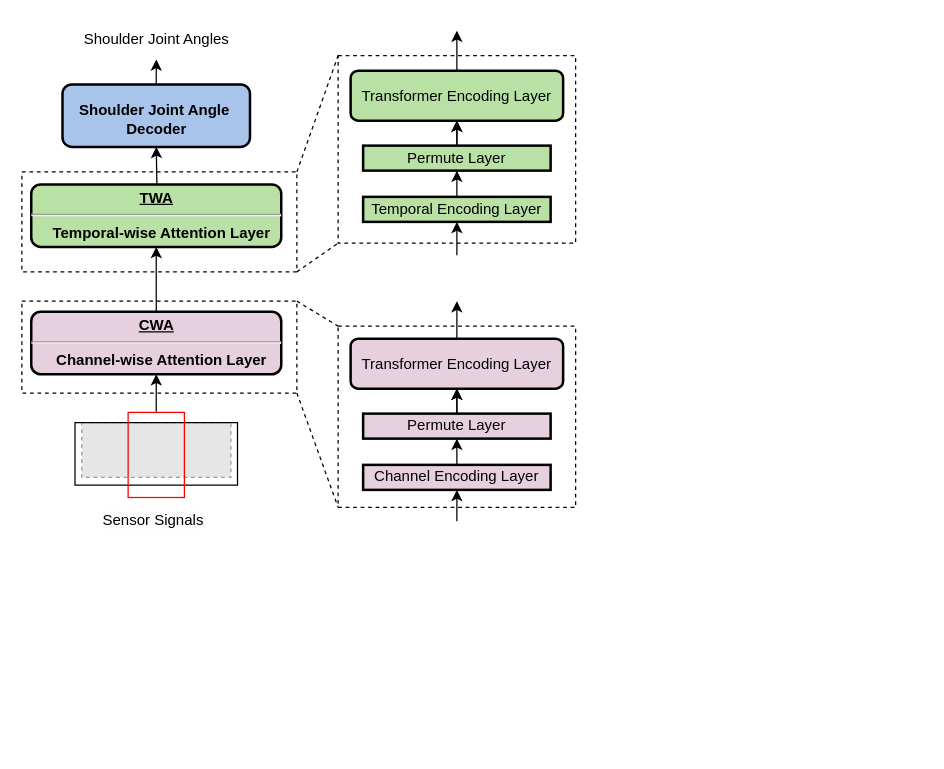
This is paper/ShoulderSensor.drawio from CSUHYD/ShoulderSensor, a draw.io file, before an edit. Source tidied: cells renumbered, new cells numbered last; positions are measured from the earlier drawing's top-left corner, leaving out a move shared by most shapes. Both pictures are drawn from the tidied source at 125%, with x=0, y=0 at pixel (21, 21). Pictures stored in the file or linked from it are replaced by grey dashed boxes.
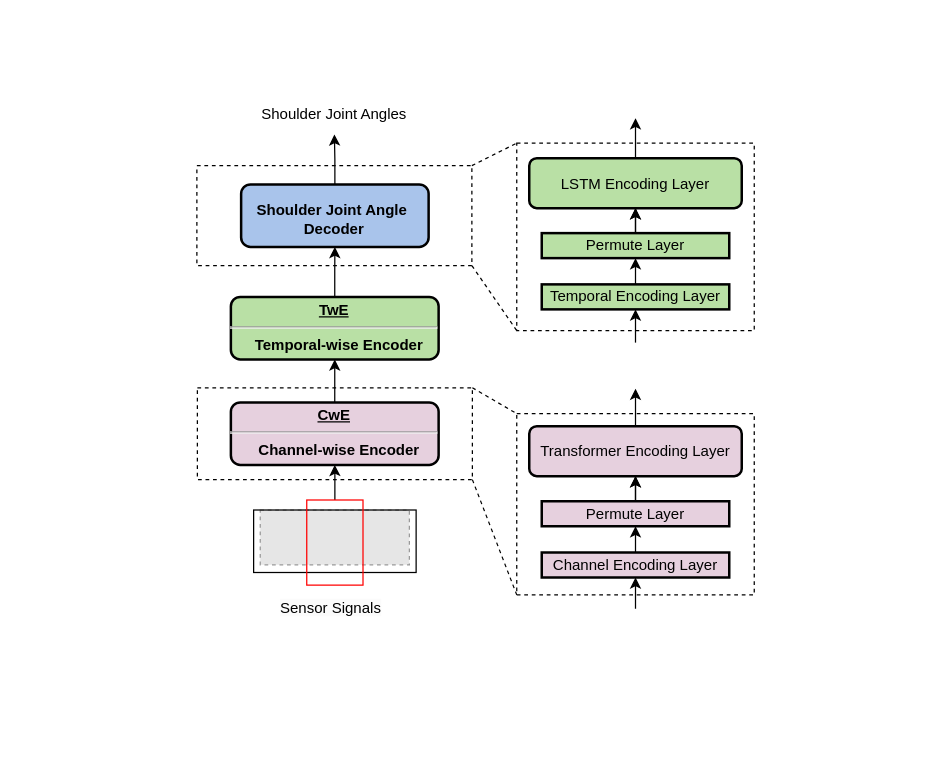
After the change.

The edit, as a diff of the source:
```diff
@@
-    <mxCell id="2" value="&lt;p style=&quot;margin: 0px; margin-top: 4px; text-align: center; text-decoration: underline;&quot;&gt;&lt;b&gt;CWA&lt;/b&gt;&lt;/p&gt;&lt;hr&gt;&lt;p style=&quot;margin: 0px; margin-left: 8px;&quot;&gt;&lt;b&gt;Channel-wise Attention Layer&lt;/b&gt;&lt;/p&gt;" style="verticalAlign=middle;align=center;overflow=fill;fontSize=12;fontFamily=Helvetica;html=1;rounded=1;fontStyle=0;strokeWidth=2;fillColor=#E6D0DE;" parent="1" vertex="1">
-      <mxGeometry x="7.5" y="231.9" width="200" height="50" as="geometry" />
-    </mxCell>
-    <mxCell id="3" style="edgeStyle=orthogonalEdgeStyle;rounded=0;jettySize=auto;html=1;exitX=0.5;exitY=0;exitDx=0;exitDy=0;" parent="1" edge="1" source="2" target="4">
-      <mxGeometry relative="1" as="geometry" />
-    </mxCell>
+    <mxCell id="41" style="edgeStyle=orthogonalEdgeStyle;rounded=0;jettySize=auto;html=1;entryX=0.5;entryY=1;entryDx=0;entryDy=0;" parent="1" edge="1" source="4" target="8">
+      <mxGeometry relative="1" as="geometry" />
+    </mxCell>
-    <mxCell id="4" value="&lt;p style=&quot;margin: 0px; margin-top: 4px; text-align: center; text-decoration: underline;&quot;&gt;TWA&lt;/p&gt;&lt;hr&gt;&lt;p style=&quot;margin: 0px; margin-left: 8px;&quot;&gt;Temporal-wise Attention Layer&lt;/p&gt;" style="verticalAlign=middle;align=center;overflow=fill;fontSize=12;fontFamily=Helvetica;html=1;rounded=1;fontStyle=1;strokeWidth=2;fillColor=#B9E0A5;" parent="1" vertex="1">
-      <mxGeometry x="7.5" y="130" width="200" height="50" as="geometry" />
+    <mxCell id="4" value="&lt;p style=&quot;margin: 0px; margin-top: 4px; text-align: center; text-decoration: underline;&quot;&gt;TwE&lt;/p&gt;&lt;hr&gt;&lt;p style=&quot;margin: 0px; margin-left: 8px;&quot;&gt;Temporal-wise Encoder&lt;/p&gt;" style="verticalAlign=middle;align=center;overflow=fill;fontSize=12;fontFamily=Helvetica;html=1;rounded=1;fontStyle=1;strokeWidth=2;fillColor=#B9E0A5;" parent="1" vertex="1">
+      <mxGeometry x="167.2" y="220" width="166.2" height="50" as="geometry" />
     </mxCell>
-    <mxCell id="5" style="edgeStyle=orthogonalEdgeStyle;rounded=0;orthogonalLoop=1;jettySize=auto;html=1;entryX=0.5;entryY=1;entryDx=0;entryDy=0;" parent="1" edge="1">
-      <mxGeometry relative="1" as="geometry">
-        <mxPoint x="108" y="130" as="sourcePoint" />
-        <mxPoint x="107.5" y="100" as="targetPoint" />
-      </mxGeometry>
-    </mxCell>
-    <mxCell id="6" style="edgeStyle=orthogonalEdgeStyle;rounded=0;jettySize=auto;html=1;exitX=0.5;exitY=0;exitDx=0;exitDy=0;entryX=0.5;entryY=1;entryDx=0;entryDy=0;" parent="1" edge="1" target="2">
-      <mxGeometry relative="1" as="geometry">
-        <mxPoint x="107.5" y="311.9" as="sourcePoint" />
-      </mxGeometry>
-    </mxCell>
-    <mxCell id="7" style="edgeStyle=orthogonalEdgeStyle;rounded=0;jettySize=auto;html=1;fontFamily=Helvetica;fontSize=12;fontColor=default;" parent="1" edge="1" source="8">
-      <mxGeometry relative="1" as="geometry">
-        <mxPoint x="107.5" y="30" as="targetPoint" />
-      </mxGeometry>
-    </mxCell>
+    <mxCell id="42" style="edgeStyle=orthogonalEdgeStyle;rounded=0;jettySize=auto;html=1;" parent="1" edge="1" source="8" target="40">
+      <mxGeometry relative="1" as="geometry" />
+    </mxCell>
     <mxCell id="8" value="&lt;br&gt;Shoulder Joint Angle&amp;nbsp;&lt;br&gt;Decoder" style="verticalAlign=middle;align=center;overflow=fill;fontSize=12;fontFamily=Helvetica;html=1;rounded=1;fontStyle=1;strokeWidth=2;fillColor=#A9C4EB;shadow=0;" parent="1" vertex="1">
-      <mxGeometry x="32.5" y="50" width="150" height="50" as="geometry" />
+      <mxGeometry x="175.4" y="130" width="150" height="50" as="geometry" />
     </mxCell>
+    <mxCell id="43" style="edgeStyle=orthogonalEdgeStyle;rounded=0;jettySize=auto;html=1;entryX=0.5;entryY=1;entryDx=0;entryDy=0;exitX=0.5;exitY=0;exitDx=0;exitDy=0;" parent="1" edge="1" source="45" target="4">
+      <mxGeometry relative="1" as="geometry" />
+    </mxCell>
     <mxCell id="9" style="rounded=0;whiteSpace=wrap;html=1;shadow=0;labelBackgroundColor=#5EA9E1;fontFamily=Helvetica;fillColor=none;dashed=1;fontStyle=1;" parent="1" vertex="1">
-      <mxGeometry y="223.4" width="220" height="73.5" as="geometry" />
+      <mxGeometry x="140.4" y="292.7" width="220" height="73.5" as="geometry" />
     </mxCell>
@@
     <mxCell id="11" style="fillColor=#E6E6E6;strokeColor=#999999;dashed=1;verticalLabelPosition=bottom;labelBackgroundColor=default;verticalAlign=top;" parent="1" vertex="1">
-      <mxGeometry x="47.9" y="320.6" width="119.3" height="43.8" as="geometry" />
+      <mxGeometry x="190.7" y="390.5" width="119.3" height="43.8" as="geometry" />
     </mxCell>
     <mxCell id="12" style="rounded=0;whiteSpace=wrap;html=1;shadow=0;labelBackgroundColor=#5EA9E1;fontFamily=Helvetica;fillColor=none;" parent="1" vertex="1">
-      <mxGeometry x="42.5" y="320.6" width="130" height="50" as="geometry" />
+      <mxGeometry x="185.4" y="390.5" width="130" height="50" as="geometry" />
     </mxCell>
     <mxCell id="13" value="&lt;span style=&quot;color: rgb(0, 0, 0); font-family: Helvetica; font-size: 12px; font-style: normal; font-variant-ligatures: normal; font-variant-caps: normal; font-weight: 400; letter-spacing: normal; orphans: 2; text-align: center; text-indent: 0px; text-transform: none; widows: 2; word-spacing: 0px; -webkit-text-stroke-width: 0px; background-color: rgb(251, 251, 251); text-decoration-thickness: initial; text-decoration-style: initial; text-decoration-color: initial; float: none; display: inline !important;&quot;&gt;Sensor Signals&lt;/span&gt;" style="text;whiteSpace=wrap;html=1;fontFamily=Helvetica;" parent="1" vertex="1">
-      <mxGeometry x="62.5" y="384.5" width="90" height="20.6" as="geometry" />
+      <mxGeometry x="205.4" y="454.5" width="90" height="20.6" as="geometry" />
     </mxCell>
+    <mxCell id="44" style="edgeStyle=orthogonalEdgeStyle;rounded=0;jettySize=auto;html=1;" parent="1" edge="1" source="14" target="45">
+      <mxGeometry relative="1" as="geometry" />
+    </mxCell>
     <mxCell id="14" style="rounded=0;whiteSpace=wrap;html=1;shadow=0;labelBackgroundColor=#5EA9E1;fontFamily=Helvetica;fillColor=none;strokeColor=#FF0000;" parent="1" vertex="1">
-      <mxGeometry x="85" y="312.4" width="45" height="68.1" as="geometry" />
+      <mxGeometry x="227.9" y="382.5" width="45" height="68.1" as="geometry" />
     </mxCell>
     <mxCell id="15" style="rounded=0;whiteSpace=wrap;html=1;shadow=0;labelBackgroundColor=#5EA9E1;fontFamily=Helvetica;fillColor=none;dashed=1;" parent="1" vertex="1">
-      <mxGeometry y="120" width="220" height="80" as="geometry" />
+      <mxGeometry x="140" y="115" width="220" height="80" as="geometry" />
     </mxCell>
     <mxCell id="16" style="rounded=0;whiteSpace=wrap;html=1;shadow=0;labelBackgroundColor=#5EA9E1;fontFamily=Helvetica;fillColor=none;dashed=1;" parent="1" vertex="1">
-      <mxGeometry x="253" y="27" width="190" height="150" as="geometry" />
+      <mxGeometry x="395.9" y="97" width="190" height="150" as="geometry" />
     </mxCell>
@@
     <mxCell id="21" value="Permute Layer" style="rounded=0;whiteSpace=wrap;html=1;strokeColor=#000000;strokeWidth=2;fontFamily=Helvetica;fontSize=12;fontColor=default;fillColor=#B9E0A5;" parent="1" vertex="1">
-      <mxGeometry x="273" y="99" width="150" height="20" as="geometry" />
+      <mxGeometry x="415.9" y="169" width="150" height="20" as="geometry" />
     </mxCell>
     <mxCell id="22" style="edgeStyle=orthogonalEdgeStyle;rounded=0;jettySize=auto;html=1;" parent="1" edge="1" source="23">
       <mxGeometry relative="1" as="geometry">
-        <mxPoint x="348" y="7" as="targetPoint" />
+        <mxPoint x="490.9" y="77" as="targetPoint" />
       </mxGeometry>
     </mxCell>
-    <mxCell id="23" value="&lt;span style=&quot;color: rgb(0, 0, 0); font-family: Helvetica; font-size: 12px; font-style: normal; font-variant-ligatures: normal; font-variant-caps: normal; letter-spacing: normal; orphans: 2; text-align: center; text-indent: 0px; text-transform: none; widows: 2; word-spacing: 0px; -webkit-text-stroke-width: 0px; text-decoration-thickness: initial; text-decoration-style: initial; text-decoration-color: initial; float: none; display: inline !important;&quot;&gt;&lt;br&gt;Transformer Encoding Layer&lt;/span&gt;" style="verticalAlign=middle;align=center;overflow=fill;fontSize=12;fontFamily=Helvetica;html=1;rounded=1;fontStyle=0;strokeWidth=2;fillColor=#B9E0A5;" parent="1" vertex="1">
-      <mxGeometry x="263" y="39" width="170" height="40" as="geometry" />
+    <mxCell id="23" value="&lt;span style=&quot;color: rgb(0, 0, 0); font-family: Helvetica; font-size: 12px; font-style: normal; font-variant-ligatures: normal; font-variant-caps: normal; letter-spacing: normal; orphans: 2; text-align: center; text-indent: 0px; text-transform: none; widows: 2; word-spacing: 0px; -webkit-text-stroke-width: 0px; text-decoration-thickness: initial; text-decoration-style: initial; text-decoration-color: initial; float: none; display: inline !important;&quot;&gt;&lt;br&gt;LSTM Encoding Layer&lt;/span&gt;" style="verticalAlign=middle;align=center;overflow=fill;fontSize=12;fontFamily=Helvetica;html=1;rounded=1;fontStyle=0;strokeWidth=2;fillColor=#B9E0A5;" parent="1" vertex="1">
+      <mxGeometry x="405.9" y="109" width="170" height="40" as="geometry" />
     </mxCell>
     <mxCell id="24" style="edgeStyle=orthogonalEdgeStyle;rounded=0;orthogonalLoop=1;jettySize=auto;html=1;exitX=0.5;exitY=1;exitDx=0;exitDy=0;fontFamily=Helvetica;fontSize=12;fontColor=default;" parent="1" edge="1">
       <mxGeometry relative="1" as="geometry">
-        <mxPoint x="345" y="199" as="sourcePoint" />
-        <mxPoint x="345" y="199" as="targetPoint" />
+        <mxPoint x="487.9" y="269" as="sourcePoint" />
+        <mxPoint x="487.9" y="269" as="targetPoint" />
       </mxGeometry>
     </mxCell>
     <mxCell id="25" style="endArrow=classic;html=1;rounded=0;fontFamily=Helvetica;fontSize=12;fontColor=default;" parent="1" edge="1">
       <mxGeometry relative="1" as="geometry">
-        <mxPoint x="348" y="186.6" as="sourcePoint" />
-        <mxPoint x="348" y="160" as="targetPoint" />
+        <mxPoint x="490.9" y="256.6" as="sourcePoint" />
+        <mxPoint x="490.9" y="230" as="targetPoint" />
       </mxGeometry>
     </mxCell>
     <mxCell id="26" style="edgeStyle=orthogonalEdgeStyle;rounded=0;orthogonalLoop=1;jettySize=auto;html=1;" parent="1" edge="1">
       <mxGeometry relative="1" as="geometry">
-        <mxPoint x="346" y="149" as="sourcePoint" />
-        <mxPoint x="348" y="119" as="targetPoint" />
+        <mxPoint x="488.9" y="219" as="sourcePoint" />
+        <mxPoint x="490.9" y="189" as="targetPoint" />
       </mxGeometry>
     </mxCell>
     <mxCell id="27" value="Temporal Encoding Layer" style="rounded=0;whiteSpace=wrap;html=1;strokeColor=#000000;strokeWidth=2;fontFamily=Helvetica;fontSize=12;fontColor=default;fillColor=#B9E0A5;" parent="1" vertex="1">
-      <mxGeometry x="273" y="140" width="150" height="20" as="geometry" />
+      <mxGeometry x="415.9" y="210" width="150" height="20" as="geometry" />
     </mxCell>
     <mxCell id="28" style="rounded=0;whiteSpace=wrap;html=1;shadow=0;labelBackgroundColor=#5EA9E1;fontFamily=Helvetica;fillColor=none;dashed=1;" parent="1" vertex="1">
-      <mxGeometry x="253" y="243.4" width="190" height="145" as="geometry" />
+      <mxGeometry x="395.9" y="313.4" width="190" height="145" as="geometry" />
     </mxCell>
@@
     <mxCell id="33" value="Permute Layer" style="rounded=0;whiteSpace=wrap;html=1;strokeColor=#000000;strokeWidth=2;fontFamily=Helvetica;fontSize=12;fontColor=default;fillColor=#E6D0DE;" parent="1" vertex="1">
-      <mxGeometry x="273" y="313.4" width="150" height="20" as="geometry" />
+      <mxGeometry x="415.9" y="383.5" width="150" height="20" as="geometry" />
     </mxCell>
     <mxCell id="34" style="edgeStyle=orthogonalEdgeStyle;rounded=0;jettySize=auto;html=1;" parent="1" edge="1" source="35">
       <mxGeometry relative="1" as="geometry">
-        <mxPoint x="348" y="223.4" as="targetPoint" />
+        <mxPoint x="490.9" y="293.4" as="targetPoint" />
       </mxGeometry>
     </mxCell>
     <mxCell id="35" value="&lt;span style=&quot;color: rgb(0, 0, 0); font-family: Helvetica; font-size: 12px; font-style: normal; font-variant-ligatures: normal; font-variant-caps: normal; letter-spacing: normal; orphans: 2; text-align: center; text-indent: 0px; text-transform: none; widows: 2; word-spacing: 0px; -webkit-text-stroke-width: 0px; text-decoration-thickness: initial; text-decoration-style: initial; text-decoration-color: initial; float: none; display: inline !important;&quot;&gt;&lt;br&gt;Transformer Encoding Layer&lt;/span&gt;" style="verticalAlign=middle;align=center;overflow=fill;fontSize=12;fontFamily=Helvetica;html=1;rounded=1;fontStyle=0;strokeWidth=2;fillColor=#E6D0DE;" parent="1" vertex="1">
-      <mxGeometry x="263" y="253.4" width="170" height="40" as="geometry" />
+      <mxGeometry x="405.9" y="323.4" width="170" height="40" as="geometry" />
     </mxCell>
     <mxCell id="36" style="edgeStyle=orthogonalEdgeStyle;rounded=0;orthogonalLoop=1;jettySize=auto;html=1;exitX=0.5;exitY=1;exitDx=0;exitDy=0;fontFamily=Helvetica;fontSize=12;fontColor=default;" parent="1" edge="1">
       <mxGeometry relative="1" as="geometry">
-        <mxPoint x="345" y="413.5" as="sourcePoint" />
-        <mxPoint x="345" y="413.5" as="targetPoint" />
+        <mxPoint x="487.9" y="483.5" as="sourcePoint" />
+        <mxPoint x="487.9" y="483.5" as="targetPoint" />
       </mxGeometry>
     </mxCell>
     <mxCell id="37" style="endArrow=classic;html=1;rounded=0;fontFamily=Helvetica;fontSize=12;fontColor=default;" parent="1" edge="1">
       <mxGeometry relative="1" as="geometry">
-        <mxPoint x="348" y="399.5" as="sourcePoint" />
-        <mxPoint x="348" y="374.5" as="targetPoint" />
+        <mxPoint x="490.9" y="469.5" as="sourcePoint" />
+        <mxPoint x="490.9" y="444.5" as="targetPoint" />
       </mxGeometry>
     </mxCell>
     <mxCell id="38" style="edgeStyle=orthogonalEdgeStyle;rounded=0;orthogonalLoop=1;jettySize=auto;html=1;" parent="1" edge="1">
       <mxGeometry relative="1" as="geometry">
-        <mxPoint x="346" y="363.4" as="sourcePoint" />
-        <mxPoint x="348" y="333.4" as="targetPoint" />
+        <mxPoint x="488.9" y="433.5" as="sourcePoint" />
+        <mxPoint x="490.9" y="403.5" as="targetPoint" />
       </mxGeometry>
     </mxCell>
     <mxCell id="39" value="Channel Encoding Layer" style="rounded=0;whiteSpace=wrap;html=1;strokeColor=#000000;strokeWidth=2;fontFamily=Helvetica;fontSize=12;fontColor=default;fillColor=#E6D0DE;" parent="1" vertex="1">
-      <mxGeometry x="273" y="354.4" width="150" height="20" as="geometry" />
+      <mxGeometry x="415.9" y="424.5" width="150" height="20" as="geometry" />
     </mxCell>
     <mxCell id="40" value="Shoulder Joint Angles" style="text;whiteSpace=wrap;html=1;fontFamily=Helvetica;" parent="1" vertex="1">
-      <mxGeometry x="47.9" y="0.4" width="120" height="30" as="geometry" />
+      <mxGeometry x="190" y="60" width="120" height="30" as="geometry" />
     </mxCell>
+    <mxCell id="45" value="&lt;p style=&quot;margin: 0px; margin-top: 4px; text-align: center; text-decoration: underline;&quot;&gt;&lt;b&gt;CwE&lt;/b&gt;&lt;/p&gt;&lt;hr&gt;&lt;p style=&quot;margin: 0px; margin-left: 8px;&quot;&gt;&lt;b&gt;Channel-wise Encoder&lt;/b&gt;&lt;/p&gt;" style="verticalAlign=middle;align=center;overflow=fill;fontSize=12;fontFamily=Helvetica;html=1;rounded=1;fontStyle=0;strokeWidth=2;fillColor=#E6D0DE;" parent="1" vertex="1">
+      <mxGeometry x="167.2" y="304.4" width="166.2" height="50" as="geometry" />
+    </mxCell>
```
